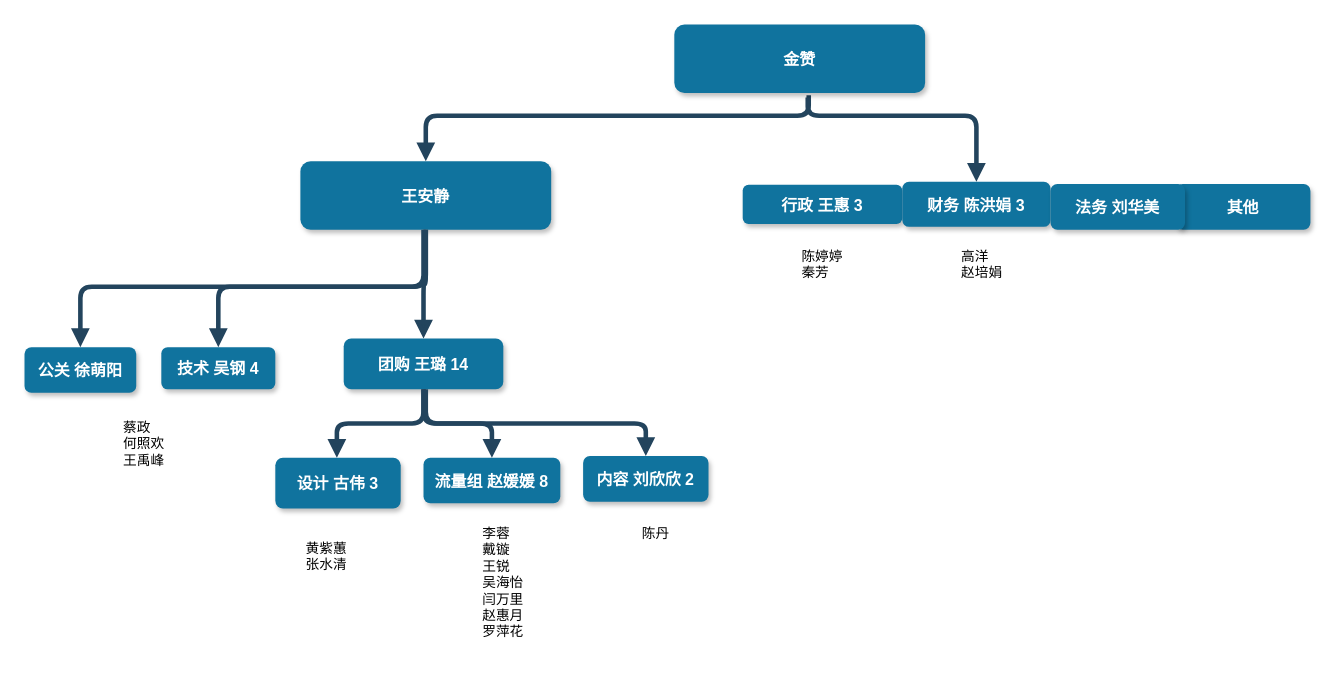
Above: page "新公司" (2 of 2) of reorg-2021Feb.drawio in wholehope/diagram (draw.io), before the change. Source tidied: cells renumbered, new cells numbered last; positions are measured from the earlier drawing's top-left corner, leaving out a move shared by most shapes. Both pictures are drawn from the tidied source at 114%, with x=0, y=0 at pixel (24, 24).
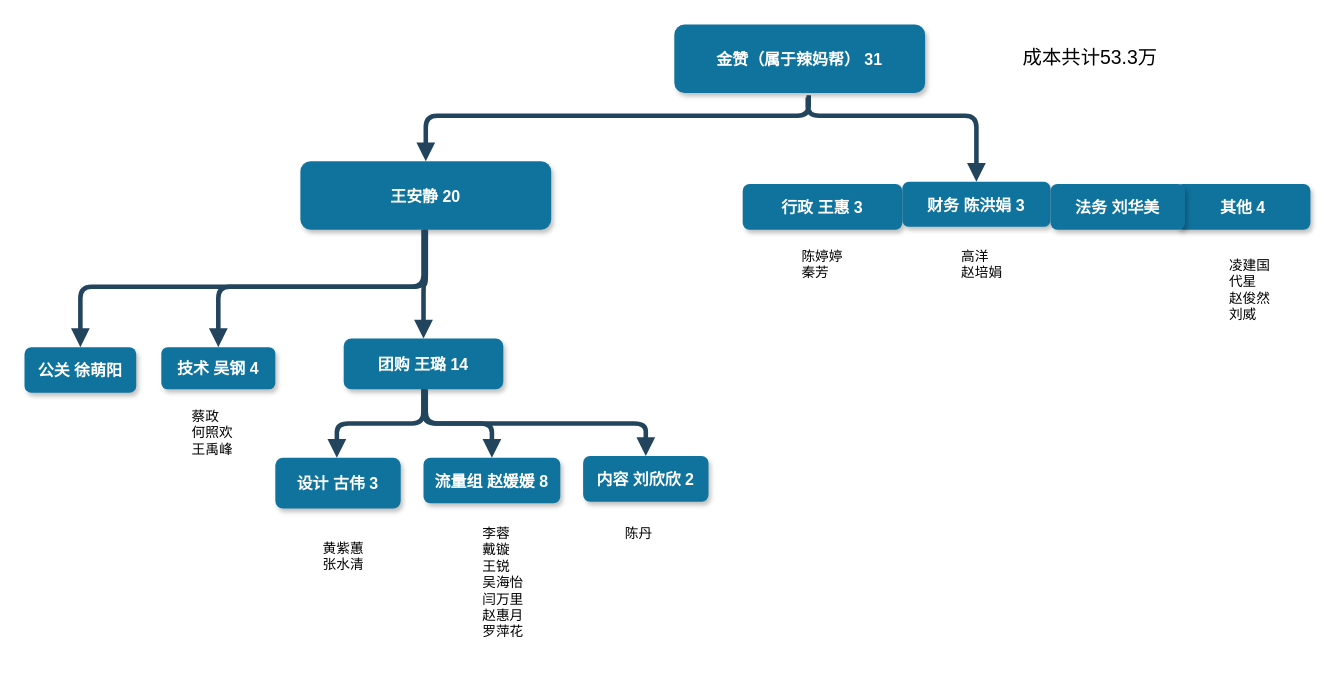
The same page after the edit.

Diff of the diagram source:
```diff
@@
-    <mxCell id="2" value="王安静" style="rounded=1;fillColor=#10739E;strokeColor=none;shadow=1;gradientColor=none;fontStyle=1;fontColor=#FFFFFF;fontSize=14;" parent="1" vertex="1">
+    <mxCell id="2" value="王安静 20" style="rounded=1;fillColor=#10739E;strokeColor=none;shadow=1;gradientColor=none;fontStyle=1;fontColor=#FFFFFF;fontSize=14;" parent="1" vertex="1">
       <mxGeometry x="242" y="120" width="220" height="60" as="geometry" />
     </mxCell>
@@
     <mxCell id="4" value="行政 王惠 3" style="rounded=1;fillColor=#10739E;strokeColor=none;shadow=1;gradientColor=none;fontStyle=1;fontColor=#FFFFFF;fontSize=14;" parent="1" vertex="1">
-      <mxGeometry x="630" y="140.5" width="140" height="34.5" as="geometry" />
+      <mxGeometry x="630" y="140" width="140" height="40" as="geometry" />
     </mxCell>
@@
     <mxCell id="12" value="陈丹" style="text;whiteSpace=wrap;html=1;" parent="1" vertex="1">
-      <mxGeometry x="540" y="432.8" width="40" height="32.8" as="geometry" />
+      <mxGeometry x="525" y="432.8" width="40" height="32.8" as="geometry" />
     </mxCell>
@@
     <mxCell id="14" value="李蓉&lt;br&gt;戴镟&lt;br&gt;王锐&lt;br&gt;吴海怡&lt;br&gt;闫万里&lt;br&gt;赵惠月&lt;br&gt;罗萍花" style="text;whiteSpace=wrap;html=1;" parent="1" vertex="1">
-      <mxGeometry x="400" y="432.8" width="52" height="140" as="geometry" />
+      <mxGeometry x="400" y="432.8" width="52" height="117.2" as="geometry" />
     </mxCell>
     <mxCell id="15" value="蔡政&lt;br&gt;何照欢&lt;br&gt;王禹峰" style="text;whiteSpace=wrap;html=1;" parent="1" vertex="1">
-      <mxGeometry x="85" y="340" width="50" height="58.6" as="geometry" />
+      <mxGeometry x="145" y="330" width="50" height="58.6" as="geometry" />
     </mxCell>
@@
     <mxCell id="24" value="黄紫蕙&lt;br&gt;张水清" style="text;whiteSpace=wrap;html=1;" parent="1" vertex="1">
-      <mxGeometry x="245" y="445.7" width="60" height="30" as="geometry" />
+      <mxGeometry x="260" y="445.7" width="60" height="30" as="geometry" />
     </mxCell>
-    <mxCell id="25" value="其他" style="rounded=1;fillColor=#10739E;strokeColor=none;shadow=1;gradientColor=none;fontStyle=1;fontColor=#FFFFFF;fontSize=14;" parent="1" vertex="1">
+    <mxCell id="25" value="其他 4" style="rounded=1;fillColor=#10739E;strokeColor=none;shadow=1;gradientColor=none;fontStyle=1;fontColor=#FFFFFF;fontSize=14;" parent="1" vertex="1">
       <mxGeometry x="1010" y="140" width="118" height="40" as="geometry" />
     </mxCell>
@@
-    <mxCell id="27" value="金赞" style="rounded=1;fillColor=#10739E;strokeColor=none;shadow=1;gradientColor=none;fontStyle=1;fontColor=#FFFFFF;fontSize=14;" parent="1" vertex="1">
+    <mxCell id="27" value="金赞（属于辣妈帮） 31" style="rounded=1;fillColor=#10739E;strokeColor=none;shadow=1;gradientColor=none;fontStyle=1;fontColor=#FFFFFF;fontSize=14;" parent="1" vertex="1">
       <mxGeometry x="570" width="220" height="60" as="geometry" />
     </mxCell>
+    <mxCell id="28" value="&lt;font color=&quot;rgba(0, 0, 0, 0)&quot; face=&quot;monospace&quot;&gt;&lt;span style=&quot;font-size: 0px&quot;&gt;ffdfd&lt;/span&gt;&lt;/font&gt;" style="text;whiteSpace=wrap;html=1;" parent="1" vertex="1">
+      <mxGeometry x="1050" y="197.5" width="50" height="40" as="geometry" />
+    </mxCell>
+    <mxCell id="29" style="text;whiteSpace=wrap;html=1;" parent="1" vertex="1">
+      <mxGeometry x="1050" y="197.5" width="40" height="55" as="geometry" />
+    </mxCell>
+    <mxCell id="30" value="凌建国&lt;br&gt;代星&lt;br&gt;赵俊然刘威" style="text;whiteSpace=wrap;html=1;" parent="1" vertex="1">
+      <mxGeometry x="1055" y="197.5" width="40" height="92.5" as="geometry" />
+    </mxCell>
+    <mxCell id="31" value="成本共计53.3万" style="text;html=1;strokeColor=none;fillColor=none;align=center;verticalAlign=middle;whiteSpace=wrap;rounded=0;strokeWidth=6;fontSize=17;" parent="1" vertex="1">
+      <mxGeometry x="840" y="20" width="190" height="20" as="geometry" />
+    </mxCell>
```
